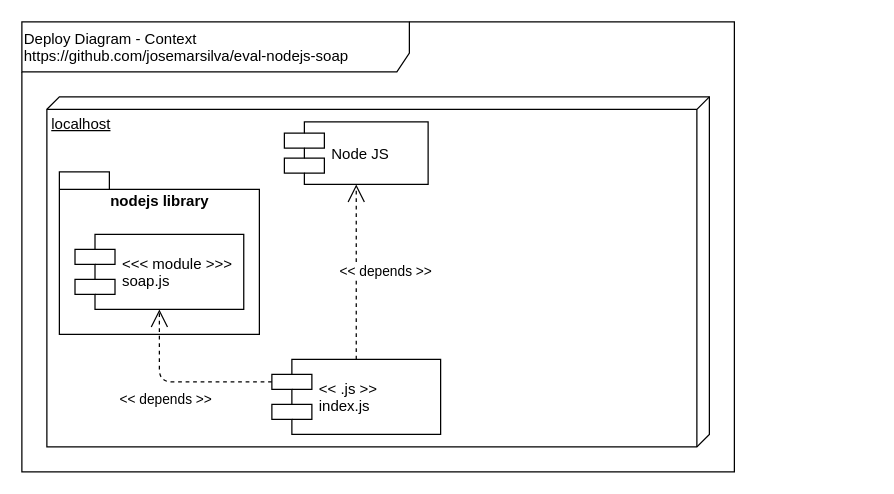
josemarsilva/eval-java-jax-ws keeps this draw.io diagram as doc/DeployDiagram-Context.drawio. Above is the earlier version. Source tidied: cells renumbered, new cells numbered last; positions are measured from the earlier drawing's top-left corner, leaving out a move shared by most shapes. Both pictures are drawn from the tidied source at 125%, with x=0, y=0 at pixel (21, 21).
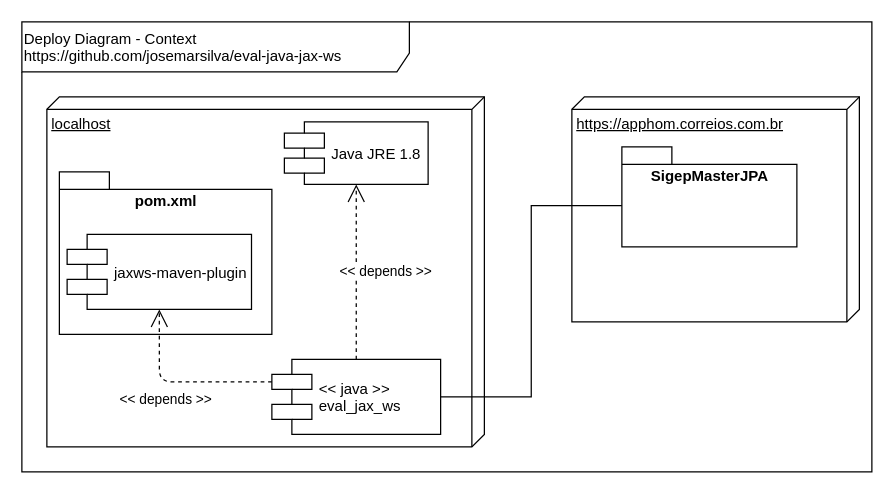
The same page after the edit.

The edit, as a diff of the source:
```diff
@@
 <mxGraphModel>
   <root>
     <mxCell id="0" />
     <mxCell id="1" parent="0" />
-    <mxCell id="2" value="Deploy Diagram - Context&lt;br&gt;https://github.com/josemarsilva/eval-nodejs-soap&lt;br&gt;&lt;font color=&quot;rgba(0, 0, 0, 0)&quot; face=&quot;monospace&quot;&gt;&lt;span style=&quot;font-size: 0px&quot;&gt;eval-nodejs-soape&lt;/span&gt;&lt;/font&gt;" style="shape=umlFrame;whiteSpace=wrap;html=1;width=310;height=40;verticalAlign=top;align=left;" parent="1" vertex="1">
-      <mxGeometry width="570" height="360" as="geometry" />
+    <mxCell id="2" value="Deploy Diagram - Context&lt;br&gt;https://github.com/josemarsilva/eval-java-jax-ws&lt;br&gt;&lt;font color=&quot;rgba(0, 0, 0, 0)&quot; face=&quot;monospace&quot;&gt;&lt;span style=&quot;font-size: 0px&quot;&gt;eval-nodejs-soape&lt;/span&gt;&lt;/font&gt;" style="shape=umlFrame;whiteSpace=wrap;html=1;width=310;height=40;verticalAlign=top;align=left;" parent="1" vertex="1">
+      <mxGeometry width="680" height="360" as="geometry" />
     </mxCell>
     <mxCell id="3" value="localhost" style="verticalAlign=top;align=left;spacingTop=8;spacingLeft=2;spacingRight=12;shape=cube;size=10;direction=south;fontStyle=4;html=1;" parent="1" vertex="1">
-      <mxGeometry x="20" y="60" width="530" height="280" as="geometry" />
+      <mxGeometry x="20" y="60" width="350" height="280" as="geometry" />
     </mxCell>
-    <mxCell id="4" value="Node JS" style="shape=component;align=left;spacingLeft=36;" parent="1" vertex="1">
+    <mxCell id="4" value="Java JRE 1.8" style="shape=component;align=left;spacingLeft=36;" parent="1" vertex="1">
       <mxGeometry x="210" y="80" width="115" height="50" as="geometry" />
     </mxCell>
-    <mxCell id="5" value="&lt;&lt; .js &gt;&gt;&#10;index.js" style="shape=component;align=left;spacingLeft=36;" parent="1" vertex="1">
+    <mxCell id="5" value="&lt;&lt; java &gt;&gt;&#10;eval_jax_ws" style="shape=component;align=left;spacingLeft=36;" parent="1" vertex="1">
       <mxGeometry x="200" y="270" width="135" height="60" as="geometry" />
     </mxCell>
     <mxCell id="6" value="&amp;lt;&amp;lt; depends &amp;gt;&amp;gt;" style="endArrow=open;endSize=12;dashed=1;html=1;exitX=0.5;exitY=0;exitDx=0;exitDy=0;edgeStyle=orthogonalEdgeStyle;" parent="1" edge="1" source="5" target="4">
       <mxGeometry y="-22" relative="1" as="geometry">
         <mxPoint x="1" as="offset" />
       </mxGeometry>
     </mxCell>
-    <mxCell id="7" value="nodejs library" style="shape=folder;fontStyle=1;spacingTop=10;tabWidth=40;tabHeight=14;tabPosition=left;html=1;verticalAlign=top;" parent="1" vertex="1">
-      <mxGeometry x="30" y="120" width="160" height="130" as="geometry" />
+    <mxCell id="7" value="pom.xml" style="shape=folder;fontStyle=1;spacingTop=10;tabWidth=40;tabHeight=14;tabPosition=left;html=1;verticalAlign=top;" parent="1" vertex="1">
+      <mxGeometry x="30" y="120" width="170" height="130" as="geometry" />
     </mxCell>
-    <mxCell id="8" value="&lt;&lt;&lt; module &gt;&gt;&gt;&#10;soap.js" style="shape=component;align=left;spacingLeft=36;" parent="1" vertex="1">
-      <mxGeometry x="42.5" y="170" width="135" height="60" as="geometry" />
+    <mxCell id="8" value="jaxws-maven-plugin" style="shape=component;align=left;spacingLeft=36;" parent="1" vertex="1">
+      <mxGeometry x="36.2" y="170" width="147.5" height="60" as="geometry" />
     </mxCell>
     <mxCell id="9" value="&amp;lt;&amp;lt; depends &amp;gt;&amp;gt;" style="endArrow=open;endSize=12;dashed=1;html=1;exitX=0;exitY=0.3;exitDx=0;exitDy=0;edgeStyle=orthogonalEdgeStyle;entryX=0.5;entryY=1;entryDx=0;entryDy=0;" parent="1" edge="1" source="5" target="8">
       <mxGeometry x="0.23" y="-33" relative="1" as="geometry">
         <mxPoint x="-28" y="15" as="offset" />
       </mxGeometry>
     </mxCell>
+    <mxCell id="10" value="https://apphom.correios.com.br" style="verticalAlign=top;align=left;spacingTop=8;spacingLeft=2;spacingRight=12;shape=cube;size=10;direction=south;fontStyle=4;html=1;" parent="1" vertex="1">
+      <mxGeometry x="440" y="60" width="230" height="180" as="geometry" />
+    </mxCell>
+    <mxCell id="11" value="SigepMasterJPA" style="shape=folder;fontStyle=1;spacingTop=10;tabWidth=40;tabHeight=14;tabPosition=left;html=1;verticalAlign=top;" parent="1" vertex="1">
+      <mxGeometry x="480" y="100" width="140" height="80" as="geometry" />
+    </mxCell>
+    <mxCell id="12" style="edgeStyle=orthogonalEdgeStyle;rounded=0;jettySize=auto;html=1;entryX=0;entryY=0;entryDx=0;entryDy=47;entryPerimeter=0;endArrow=none;endFill=0;" parent="1" edge="1" source="5" target="11">
+      <mxGeometry relative="1" as="geometry" />
+    </mxCell>
   </root>
 </mxGraphModel>
```
